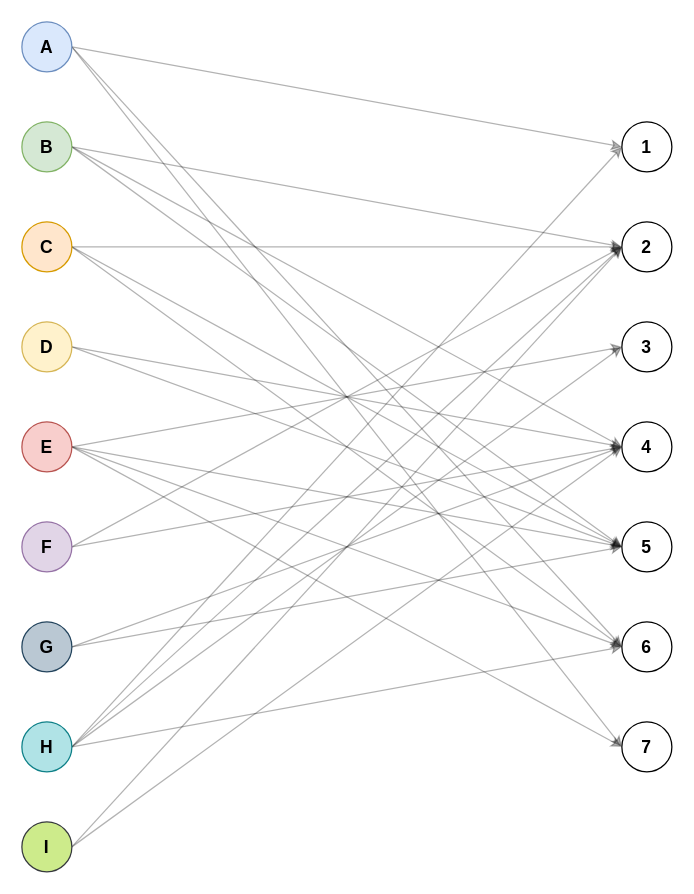
Above: HW9_3.drawio in edwardayala/Diagrams (draw.io), before the change. Source tidied: cells renumbered, new cells numbered last; positions are measured from the earlier drawing's top-left corner, leaving out a move shared by most shapes. Both pictures are drawn from the tidied source at 125%, with x=0, y=0 at pixel (21, 21).
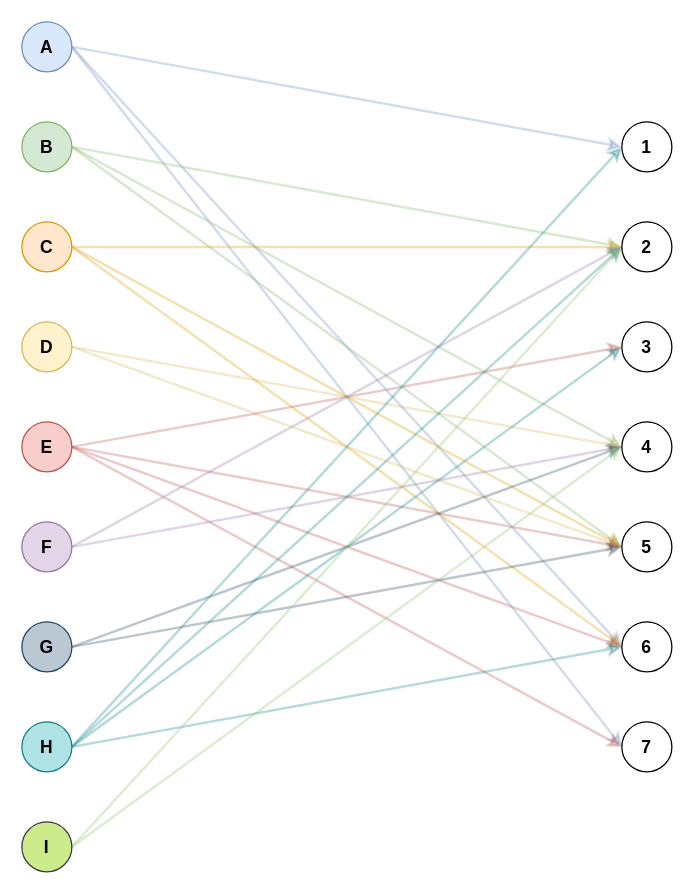
The same diagram, later.

The change refers to these unchanged cells:
```xml
<mxCell id="5" value="&lt;b&gt;&lt;font style=&quot;font-size: 14px&quot;&gt;A&lt;/font&gt;&lt;/b&gt;" style="ellipse;whiteSpace=wrap;html=1;fillColor=#dae8fc;strokeColor=#6c8ebf;" parent="1" vertex="1">
  <mxGeometry width="40" height="40" as="geometry" />
</mxCell>
<mxCell id="9" value="&lt;b style=&quot;white-space: normal&quot;&gt;&lt;font style=&quot;font-size: 14px&quot;&gt;B&lt;/font&gt;&lt;/b&gt;" style="ellipse;whiteSpace=wrap;html=1;fillColor=#d5e8d4;strokeColor=#82b366;" parent="1" vertex="1">
  <mxGeometry y="80" width="40" height="40" as="geometry" />
</mxCell>
<mxCell id="13" value="&lt;b style=&quot;white-space: normal&quot;&gt;&lt;font style=&quot;font-size: 14px&quot;&gt;C&lt;/font&gt;&lt;/b&gt;" style="ellipse;whiteSpace=wrap;html=1;fillColor=#ffe6cc;strokeColor=#d79b00;" parent="1" vertex="1">
  <mxGeometry y="160" width="40" height="40" as="geometry" />
</mxCell>
<mxCell id="16" value="&lt;b style=&quot;white-space: normal&quot;&gt;&lt;font style=&quot;font-size: 14px&quot;&gt;D&lt;/font&gt;&lt;/b&gt;" style="ellipse;whiteSpace=wrap;html=1;fillColor=#fff2cc;strokeColor=#d6b656;" parent="1" vertex="1">
  <mxGeometry y="240" width="40" height="40" as="geometry" />
</mxCell>
<mxCell id="21" value="&lt;b style=&quot;white-space: normal&quot;&gt;&lt;font style=&quot;font-size: 14px&quot;&gt;E&lt;/font&gt;&lt;/b&gt;" style="ellipse;whiteSpace=wrap;html=1;fillColor=#f8cecc;strokeColor=#b85450;" parent="1" vertex="1">
  <mxGeometry y="320" width="40" height="40" as="geometry" />
</mxCell>
<mxCell id="24" value="&lt;span style=&quot;font-size: 14px&quot;&gt;&lt;b&gt;F&lt;/b&gt;&lt;/span&gt;" style="ellipse;whiteSpace=wrap;html=1;fillColor=#e1d5e7;strokeColor=#9673a6;" parent="1" vertex="1">
  <mxGeometry y="400" width="40" height="40" as="geometry" />
</mxCell>
<mxCell id="27" value="&lt;span style=&quot;font-size: 14px&quot;&gt;&lt;b&gt;G&lt;/b&gt;&lt;/span&gt;" style="ellipse;whiteSpace=wrap;html=1;fillColor=#bac8d3;strokeColor=#23445d;" parent="1" vertex="1">
  <mxGeometry y="480" width="40" height="40" as="geometry" />
</mxCell>
<mxCell id="32" value="&lt;span style=&quot;font-size: 14px&quot;&gt;&lt;b&gt;H&lt;/b&gt;&lt;/span&gt;" style="ellipse;whiteSpace=wrap;html=1;fillColor=#b0e3e6;strokeColor=#0e8088;" parent="1" vertex="1">
  <mxGeometry y="560" width="40" height="40" as="geometry" />
</mxCell>
<mxCell id="35" value="&lt;span style=&quot;font-size: 14px&quot;&gt;&lt;b&gt;I&lt;/b&gt;&lt;/span&gt;" style="ellipse;whiteSpace=wrap;html=1;fillColor=#cdeb8b;strokeColor=#36393d;" parent="1" vertex="1">
  <mxGeometry y="640" width="40" height="40" as="geometry" />
</mxCell>
<mxCell id="36" value="&lt;b&gt;&lt;font style=&quot;font-size: 14px&quot;&gt;1&lt;/font&gt;&lt;/b&gt;" style="ellipse;whiteSpace=wrap;html=1;" parent="1" vertex="1">
  <mxGeometry x="480" y="80" width="40" height="40" as="geometry" />
</mxCell>
<mxCell id="37" value="&lt;b style=&quot;white-space: normal&quot;&gt;&lt;font style=&quot;font-size: 14px&quot;&gt;2&lt;/font&gt;&lt;/b&gt;" style="ellipse;whiteSpace=wrap;html=1;" parent="1" vertex="1">
  <mxGeometry x="480" y="160" width="40" height="40" as="geometry" />
</mxCell>
<mxCell id="38" value="&lt;b style=&quot;white-space: normal&quot;&gt;&lt;font style=&quot;font-size: 14px&quot;&gt;3&lt;/font&gt;&lt;/b&gt;" style="ellipse;whiteSpace=wrap;html=1;" parent="1" vertex="1">
  <mxGeometry x="480" y="240" width="40" height="40" as="geometry" />
</mxCell>
<mxCell id="39" value="&lt;b style=&quot;white-space: normal&quot;&gt;&lt;font style=&quot;font-size: 14px&quot;&gt;4&lt;/font&gt;&lt;/b&gt;" style="ellipse;whiteSpace=wrap;html=1;" parent="1" vertex="1">
  <mxGeometry x="480" y="320" width="40" height="40" as="geometry" />
</mxCell>
<mxCell id="40" value="&lt;b style=&quot;white-space: normal&quot;&gt;&lt;font style=&quot;font-size: 14px&quot;&gt;5&lt;/font&gt;&lt;/b&gt;" style="ellipse;whiteSpace=wrap;html=1;" parent="1" vertex="1">
  <mxGeometry x="480" y="400" width="40" height="40" as="geometry" />
</mxCell>
<mxCell id="41" value="&lt;span style=&quot;font-size: 14px&quot;&gt;&lt;b&gt;6&lt;/b&gt;&lt;/span&gt;" style="ellipse;whiteSpace=wrap;html=1;" parent="1" vertex="1">
  <mxGeometry x="480" y="480" width="40" height="40" as="geometry" />
</mxCell>
<mxCell id="42" value="&lt;span style=&quot;font-size: 14px&quot;&gt;&lt;b&gt;7&lt;/b&gt;&lt;/span&gt;" style="ellipse;whiteSpace=wrap;html=1;" parent="1" vertex="1">
  <mxGeometry x="480" y="560" width="40" height="40" as="geometry" />
</mxCell>
```

Change to the diagram source:
```diff
@@
-    <mxCell id="2" style="rounded=0;jettySize=auto;html=1;exitX=1;exitY=0.5;exitDx=0;exitDy=0;entryX=0;entryY=0.5;entryDx=0;entryDy=0;opacity=30;" parent="1" edge="1" source="5" target="36">
+    <mxCell id="2" style="rounded=0;jettySize=auto;html=1;exitX=1;exitY=0.5;exitDx=0;exitDy=0;entryX=0;entryY=0.5;entryDx=0;entryDy=0;opacity=30;fillColor=#dae8fc;strokeColor=#6c8ebf;strokeWidth=2;" parent="1" edge="1" source="5" target="36">
       <mxGeometry relative="1" as="geometry" />
     </mxCell>
-    <mxCell id="3" style="edgeStyle=none;rounded=0;jettySize=auto;html=1;exitX=1;exitY=0.5;exitDx=0;exitDy=0;entryX=0;entryY=0.5;entryDx=0;entryDy=0;opacity=30;" parent="1" edge="1" source="5" target="41">
+    <mxCell id="3" style="edgeStyle=none;rounded=0;jettySize=auto;html=1;exitX=1;exitY=0.5;exitDx=0;exitDy=0;entryX=0;entryY=0.5;entryDx=0;entryDy=0;opacity=30;fillColor=#dae8fc;strokeColor=#6c8ebf;strokeWidth=2;" parent="1" edge="1" source="5" target="41">
       <mxGeometry relative="1" as="geometry" />
     </mxCell>
-    <mxCell id="4" style="edgeStyle=none;rounded=0;jettySize=auto;html=1;exitX=1;exitY=0.5;exitDx=0;exitDy=0;entryX=0;entryY=0.5;entryDx=0;entryDy=0;opacity=30;" parent="1" edge="1" source="5" target="42">
+    <mxCell id="4" style="edgeStyle=none;rounded=0;jettySize=auto;html=1;exitX=1;exitY=0.5;exitDx=0;exitDy=0;entryX=0;entryY=0.5;entryDx=0;entryDy=0;opacity=30;fillColor=#dae8fc;strokeColor=#6c8ebf;strokeWidth=2;" parent="1" edge="1" source="5" target="42">
       <mxGeometry relative="1" as="geometry" />
     </mxCell>
@@
-    <mxCell id="6" style="edgeStyle=none;rounded=0;jettySize=auto;html=1;exitX=1;exitY=0.5;exitDx=0;exitDy=0;entryX=0;entryY=0.5;entryDx=0;entryDy=0;opacity=30;" parent="1" edge="1" source="9" target="37">
+    <mxCell id="6" style="edgeStyle=none;rounded=0;jettySize=auto;html=1;exitX=1;exitY=0.5;exitDx=0;exitDy=0;entryX=0;entryY=0.5;entryDx=0;entryDy=0;opacity=30;fillColor=#d5e8d4;strokeColor=#82b366;strokeWidth=2;" parent="1" edge="1" source="9" target="37">
       <mxGeometry relative="1" as="geometry" />
     </mxCell>
-    <mxCell id="7" style="edgeStyle=none;rounded=0;jettySize=auto;html=1;exitX=1;exitY=0.5;exitDx=0;exitDy=0;entryX=0;entryY=0.5;entryDx=0;entryDy=0;opacity=30;" parent="1" edge="1" source="9" target="39">
+    <mxCell id="7" style="edgeStyle=none;rounded=0;jettySize=auto;html=1;exitX=1;exitY=0.5;exitDx=0;exitDy=0;entryX=0;entryY=0.5;entryDx=0;entryDy=0;opacity=30;fillColor=#d5e8d4;strokeColor=#82b366;strokeWidth=2;" parent="1" edge="1" source="9" target="39">
       <mxGeometry relative="1" as="geometry" />
     </mxCell>
-    <mxCell id="8" style="edgeStyle=none;rounded=0;jettySize=auto;html=1;exitX=1;exitY=0.5;exitDx=0;exitDy=0;entryX=0;entryY=0.5;entryDx=0;entryDy=0;opacity=30;" parent="1" edge="1" source="9" target="40">
+    <mxCell id="8" style="edgeStyle=none;rounded=0;jettySize=auto;html=1;exitX=1;exitY=0.5;exitDx=0;exitDy=0;entryX=0;entryY=0.5;entryDx=0;entryDy=0;opacity=30;fillColor=#d5e8d4;strokeColor=#82b366;strokeWidth=2;" parent="1" edge="1" source="9" target="40">
       <mxGeometry relative="1" as="geometry" />
     </mxCell>
@@
-    <mxCell id="10" style="edgeStyle=none;rounded=0;jettySize=auto;html=1;exitX=1;exitY=0.5;exitDx=0;exitDy=0;opacity=30;entryX=0;entryY=0.5;entryDx=0;entryDy=0;" parent="1" edge="1" source="13" target="37">
+    <mxCell id="10" style="edgeStyle=none;rounded=0;jettySize=auto;html=1;exitX=1;exitY=0.5;exitDx=0;exitDy=0;opacity=30;entryX=0;entryY=0.5;entryDx=0;entryDy=0;fillColor=#ffe6cc;strokeColor=#d79b00;strokeWidth=2;" parent="1" edge="1" source="13" target="37">
       <mxGeometry relative="1" as="geometry" />
     </mxCell>
-    <mxCell id="11" style="edgeStyle=none;rounded=0;jettySize=auto;html=1;exitX=1;exitY=0.5;exitDx=0;exitDy=0;entryX=0;entryY=0.5;entryDx=0;entryDy=0;opacity=30;" parent="1" edge="1" source="13" target="40">
+    <mxCell id="11" style="edgeStyle=none;rounded=0;jettySize=auto;html=1;exitX=1;exitY=0.5;exitDx=0;exitDy=0;entryX=0;entryY=0.5;entryDx=0;entryDy=0;opacity=30;fillColor=#ffe6cc;strokeColor=#d79b00;strokeWidth=2;" parent="1" edge="1" source="13" target="40">
       <mxGeometry relative="1" as="geometry" />
     </mxCell>
-    <mxCell id="12" style="edgeStyle=none;rounded=0;jettySize=auto;html=1;exitX=1;exitY=0.5;exitDx=0;exitDy=0;entryX=0;entryY=0.5;entryDx=0;entryDy=0;opacity=30;" parent="1" edge="1" source="13" target="41">
+    <mxCell id="12" style="edgeStyle=none;rounded=0;jettySize=auto;html=1;exitX=1;exitY=0.5;exitDx=0;exitDy=0;entryX=0;entryY=0.5;entryDx=0;entryDy=0;opacity=30;fillColor=#ffe6cc;strokeColor=#d79b00;strokeWidth=2;" parent="1" edge="1" source="13" target="41">
       <mxGeometry relative="1" as="geometry" />
     </mxCell>
@@
-    <mxCell id="14" style="edgeStyle=none;rounded=0;jettySize=auto;html=1;exitX=1;exitY=0.5;exitDx=0;exitDy=0;opacity=30;entryX=0;entryY=0.5;entryDx=0;entryDy=0;" parent="1" edge="1" source="16" target="39">
+    <mxCell id="14" style="edgeStyle=none;rounded=0;jettySize=auto;html=1;exitX=1;exitY=0.5;exitDx=0;exitDy=0;opacity=30;entryX=0;entryY=0.5;entryDx=0;entryDy=0;fillColor=#fff2cc;strokeColor=#d6b656;strokeWidth=2;" parent="1" edge="1" source="16" target="39">
       <mxGeometry relative="1" as="geometry" />
     </mxCell>
-    <mxCell id="15" style="edgeStyle=none;rounded=0;jettySize=auto;html=1;exitX=1;exitY=0.5;exitDx=0;exitDy=0;entryX=0;entryY=0.5;entryDx=0;entryDy=0;opacity=30;" parent="1" edge="1" source="16" target="40">
+    <mxCell id="15" style="edgeStyle=none;rounded=0;jettySize=auto;html=1;exitX=1;exitY=0.5;exitDx=0;exitDy=0;entryX=0;entryY=0.5;entryDx=0;entryDy=0;opacity=30;fillColor=#fff2cc;strokeColor=#d6b656;strokeWidth=2;" parent="1" edge="1" source="16" target="40">
       <mxGeometry relative="1" as="geometry" />
     </mxCell>
@@
-    <mxCell id="17" style="edgeStyle=none;rounded=0;jettySize=auto;html=1;exitX=1;exitY=0.5;exitDx=0;exitDy=0;entryX=0;entryY=0.5;entryDx=0;entryDy=0;opacity=30;" parent="1" edge="1" source="21" target="38">
+    <mxCell id="17" style="edgeStyle=none;rounded=0;jettySize=auto;html=1;exitX=1;exitY=0.5;exitDx=0;exitDy=0;entryX=0;entryY=0.5;entryDx=0;entryDy=0;opacity=30;fillColor=#f8cecc;strokeColor=#b85450;strokeWidth=2;" parent="1" edge="1" source="21" target="38">
       <mxGeometry relative="1" as="geometry" />
     </mxCell>
-    <mxCell id="18" style="edgeStyle=none;rounded=0;jettySize=auto;html=1;exitX=1;exitY=0.5;exitDx=0;exitDy=0;entryX=0;entryY=0.5;entryDx=0;entryDy=0;opacity=30;" parent="1" edge="1" source="21" target="40">
+    <mxCell id="18" style="edgeStyle=none;rounded=0;jettySize=auto;html=1;exitX=1;exitY=0.5;exitDx=0;exitDy=0;entryX=0;entryY=0.5;entryDx=0;entryDy=0;opacity=30;fillColor=#f8cecc;strokeColor=#b85450;strokeWidth=2;" parent="1" edge="1" source="21" target="40">
       <mxGeometry relative="1" as="geometry" />
     </mxCell>
-    <mxCell id="19" style="edgeStyle=none;rounded=0;jettySize=auto;html=1;exitX=1;exitY=0.5;exitDx=0;exitDy=0;entryX=0;entryY=0.5;entryDx=0;entryDy=0;opacity=30;" parent="1" edge="1" source="21" target="41">
+    <mxCell id="19" style="edgeStyle=none;rounded=0;jettySize=auto;html=1;exitX=1;exitY=0.5;exitDx=0;exitDy=0;entryX=0;entryY=0.5;entryDx=0;entryDy=0;opacity=30;fillColor=#f8cecc;strokeColor=#b85450;strokeWidth=2;" parent="1" edge="1" source="21" target="41">
       <mxGeometry relative="1" as="geometry" />
     </mxCell>
-    <mxCell id="20" style="edgeStyle=none;rounded=0;jettySize=auto;html=1;exitX=1;exitY=0.5;exitDx=0;exitDy=0;entryX=0;entryY=0.5;entryDx=0;entryDy=0;opacity=30;" parent="1" edge="1" source="21" target="42">
+    <mxCell id="20" style="edgeStyle=none;rounded=0;jettySize=auto;html=1;exitX=1;exitY=0.5;exitDx=0;exitDy=0;entryX=0;entryY=0.5;entryDx=0;entryDy=0;opacity=30;fillColor=#f8cecc;strokeColor=#b85450;strokeWidth=2;" parent="1" edge="1" source="21" target="42">
       <mxGeometry relative="1" as="geometry" />
     </mxCell>
@@
-    <mxCell id="22" style="edgeStyle=none;rounded=0;jettySize=auto;html=1;exitX=1;exitY=0.5;exitDx=0;exitDy=0;entryX=0;entryY=0.5;entryDx=0;entryDy=0;opacity=30;" parent="1" edge="1" source="24" target="37">
+    <mxCell id="22" style="edgeStyle=none;rounded=0;jettySize=auto;html=1;exitX=1;exitY=0.5;exitDx=0;exitDy=0;entryX=0;entryY=0.5;entryDx=0;entryDy=0;opacity=30;fillColor=#e1d5e7;strokeColor=#9673a6;strokeWidth=2;" parent="1" edge="1" source="24" target="37">
       <mxGeometry relative="1" as="geometry" />
     </mxCell>
-    <mxCell id="23" style="edgeStyle=none;rounded=0;jettySize=auto;html=1;exitX=1;exitY=0.5;exitDx=0;exitDy=0;entryX=0;entryY=0.5;entryDx=0;entryDy=0;opacity=30;" parent="1" edge="1" source="24" target="39">
+    <mxCell id="23" style="edgeStyle=none;rounded=0;jettySize=auto;html=1;exitX=1;exitY=0.5;exitDx=0;exitDy=0;entryX=0;entryY=0.5;entryDx=0;entryDy=0;opacity=30;fillColor=#e1d5e7;strokeColor=#9673a6;strokeWidth=2;" parent="1" edge="1" source="24" target="39">
       <mxGeometry relative="1" as="geometry" />
     </mxCell>
@@
-    <mxCell id="25" style="edgeStyle=none;rounded=0;jettySize=auto;html=1;exitX=1;exitY=0.5;exitDx=0;exitDy=0;entryX=0;entryY=0.5;entryDx=0;entryDy=0;opacity=30;" parent="1" edge="1" source="27" target="39">
+    <mxCell id="25" style="edgeStyle=none;rounded=0;jettySize=auto;html=1;exitX=1;exitY=0.5;exitDx=0;exitDy=0;entryX=0;entryY=0.5;entryDx=0;entryDy=0;opacity=30;fillColor=#bac8d3;strokeColor=#23445d;strokeWidth=2;" parent="1" edge="1" source="27" target="39">
       <mxGeometry relative="1" as="geometry" />
     </mxCell>
-    <mxCell id="26" style="edgeStyle=none;rounded=0;jettySize=auto;html=1;exitX=1;exitY=0.5;exitDx=0;exitDy=0;entryX=0;entryY=0.5;entryDx=0;entryDy=0;opacity=30;" parent="1" edge="1" source="27" target="40">
+    <mxCell id="26" style="edgeStyle=none;rounded=0;jettySize=auto;html=1;exitX=1;exitY=0.5;exitDx=0;exitDy=0;entryX=0;entryY=0.5;entryDx=0;entryDy=0;opacity=30;fillColor=#bac8d3;strokeColor=#23445d;strokeWidth=2;" parent="1" edge="1" source="27" target="40">
       <mxGeometry relative="1" as="geometry" />
     </mxCell>
@@
-    <mxCell id="28" style="edgeStyle=none;rounded=0;jettySize=auto;html=1;exitX=1;exitY=0.5;exitDx=0;exitDy=0;entryX=0;entryY=0.5;entryDx=0;entryDy=0;opacity=30;" parent="1" edge="1" source="32" target="36">
+    <mxCell id="28" style="edgeStyle=none;rounded=0;jettySize=auto;html=1;exitX=1;exitY=0.5;exitDx=0;exitDy=0;entryX=0;entryY=0.5;entryDx=0;entryDy=0;opacity=30;fillColor=#cce5ff;strokeColor=#0E8088;strokeWidth=2;" parent="1" edge="1" source="32" target="36">
       <mxGeometry relative="1" as="geometry" />
     </mxCell>
-    <mxCell id="29" style="edgeStyle=none;rounded=0;jettySize=auto;html=1;exitX=1;exitY=0.5;exitDx=0;exitDy=0;entryX=0;entryY=0.5;entryDx=0;entryDy=0;opacity=30;" parent="1" edge="1" source="32" target="37">
+    <mxCell id="29" style="edgeStyle=none;rounded=0;jettySize=auto;html=1;exitX=1;exitY=0.5;exitDx=0;exitDy=0;entryX=0;entryY=0.5;entryDx=0;entryDy=0;opacity=30;fillColor=#cce5ff;strokeColor=#0E8088;strokeWidth=2;" parent="1" edge="1" source="32" target="37">
       <mxGeometry relative="1" as="geometry" />
     </mxCell>
-    <mxCell id="30" style="edgeStyle=none;rounded=0;jettySize=auto;html=1;exitX=1;exitY=0.5;exitDx=0;exitDy=0;entryX=0;entryY=0.5;entryDx=0;entryDy=0;opacity=30;" parent="1" edge="1" source="32" target="38">
+    <mxCell id="30" style="edgeStyle=none;rounded=0;jettySize=auto;html=1;exitX=1;exitY=0.5;exitDx=0;exitDy=0;entryX=0;entryY=0.5;entryDx=0;entryDy=0;opacity=30;fillColor=#cce5ff;strokeColor=#0E8088;strokeWidth=2;" parent="1" edge="1" source="32" target="38">
       <mxGeometry relative="1" as="geometry" />
     </mxCell>
-    <mxCell id="31" style="edgeStyle=none;rounded=0;jettySize=auto;html=1;exitX=1;exitY=0.5;exitDx=0;exitDy=0;entryX=0;entryY=0.5;entryDx=0;entryDy=0;opacity=30;" parent="1" edge="1" source="32" target="41">
+    <mxCell id="31" style="edgeStyle=none;rounded=0;jettySize=auto;html=1;exitX=1;exitY=0.5;exitDx=0;exitDy=0;entryX=0;entryY=0.5;entryDx=0;entryDy=0;opacity=30;fillColor=#cce5ff;strokeColor=#0E8088;strokeWidth=2;" parent="1" edge="1" source="32" target="41">
       <mxGeometry relative="1" as="geometry" />
     </mxCell>
@@
-    <mxCell id="33" style="edgeStyle=none;rounded=0;jettySize=auto;html=1;exitX=1;exitY=0.5;exitDx=0;exitDy=0;entryX=0;entryY=0.5;entryDx=0;entryDy=0;opacity=30;" parent="1" edge="1" source="35" target="37">
+    <mxCell id="33" style="edgeStyle=none;rounded=0;jettySize=auto;html=1;exitX=1;exitY=0.5;exitDx=0;exitDy=0;entryX=0;entryY=0.5;entryDx=0;entryDy=0;opacity=30;fillColor=#d5e8d4;strokeColor=#8DC26E;strokeWidth=2;" parent="1" edge="1" source="35" target="37">
       <mxGeometry relative="1" as="geometry" />
     </mxCell>
-    <mxCell id="34" style="edgeStyle=none;rounded=0;jettySize=auto;html=1;exitX=1;exitY=0.5;exitDx=0;exitDy=0;entryX=0;entryY=0.5;entryDx=0;entryDy=0;opacity=30;" parent="1" edge="1" source="35" target="39">
+    <mxCell id="34" style="edgeStyle=none;rounded=0;jettySize=auto;html=1;exitX=1;exitY=0.5;exitDx=0;exitDy=0;entryX=0;entryY=0.5;entryDx=0;entryDy=0;opacity=30;fillColor=#d5e8d4;strokeColor=#8DC26E;strokeWidth=2;" parent="1" edge="1" source="35" target="39">
       <mxGeometry relative="1" as="geometry" />
     </mxCell>
```
